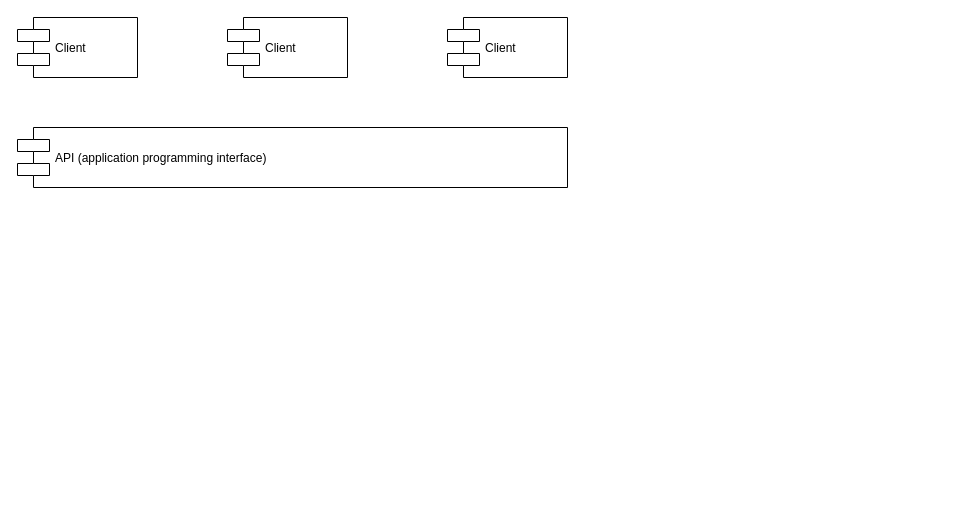
The draw.io diagram Untitled Diagram.drawio in TimothyDH/activitiinaction, before the edit. Source tidied: cells renumbered, new cells numbered last; positions are measured from the earlier drawing's top-left corner, leaving out a move shared by most shapes. Both pictures are drawn from the tidied source at 100%, with x=0, y=0 at pixel (17, 17).
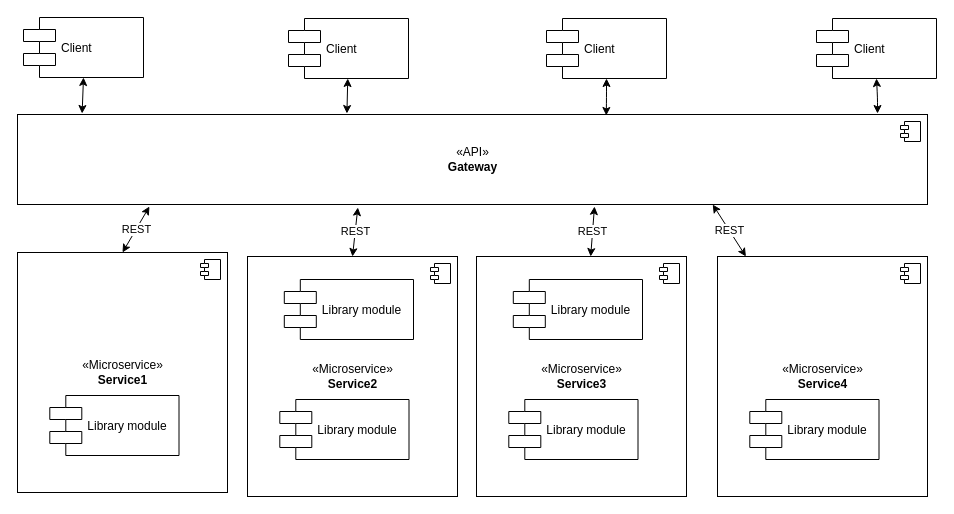
The same diagram, later.

The edit, as a diff of the source:
```diff
@@
     <mxCell id="2" value="Client" style="shape=component;align=left;spacingLeft=36;" parent="1" vertex="1">
-      <mxGeometry width="120" height="60" as="geometry" />
+      <mxGeometry x="6" width="120" height="60" as="geometry" />
     </mxCell>
     <mxCell id="3" value="Client" style="shape=component;align=left;spacingLeft=36;" parent="1" vertex="1">
-      <mxGeometry x="210" width="120" height="60" as="geometry" />
+      <mxGeometry x="271" y="1" width="120" height="60" as="geometry" />
     </mxCell>
     <mxCell id="4" value="Client" style="shape=component;align=left;spacingLeft=36;" parent="1" vertex="1">
-      <mxGeometry x="430" width="120" height="60" as="geometry" />
+      <mxGeometry x="529" y="1" width="120" height="60" as="geometry" />
     </mxCell>
-    <mxCell id="5" value="API (application programming interface)" style="shape=component;align=left;spacingLeft=36;" parent="1" vertex="1">
-      <mxGeometry y="110" width="550" height="60" as="geometry" />
-    </mxCell>
+    <mxCell id="6" value="«API»&lt;br&gt;&lt;b&gt;Gateway&lt;/b&gt;" style="html=1;" parent="1" vertex="1">
+      <mxGeometry y="97" width="910" height="90" as="geometry" />
+    </mxCell>
+    <mxCell id="7" style="shape=component;jettyWidth=8;jettyHeight=4;" parent="6" vertex="1">
+      <mxGeometry x="1" width="20" height="20" relative="1" as="geometry">
+        <mxPoint x="-27" y="7" as="offset" />
+      </mxGeometry>
+    </mxCell>
+    <mxCell id="8" value="«Microservice»&lt;br&gt;&lt;b&gt;Service1&lt;/b&gt;" style="html=1;" parent="1" vertex="1">
+      <mxGeometry y="235" width="210" height="240" as="geometry" />
+    </mxCell>
+    <mxCell id="9" style="shape=component;jettyWidth=8;jettyHeight=4;" parent="8" vertex="1">
+      <mxGeometry x="1" width="20" height="20" relative="1" as="geometry">
+        <mxPoint x="-27" y="7" as="offset" />
+      </mxGeometry>
+    </mxCell>
+    <mxCell id="10" value="Library module" style="shape=component;align=left;spacingLeft=36;" parent="8" vertex="1">
+      <mxGeometry x="32.3" y="143" width="129.2" height="60" as="geometry" />
+    </mxCell>
+    <mxCell id="11" value="«Microservice»&lt;br&gt;&lt;b&gt;Service2&lt;/b&gt;" style="html=1;" parent="1" vertex="1">
+      <mxGeometry x="230" y="239" width="210" height="240" as="geometry" />
+    </mxCell>
+    <mxCell id="12" style="shape=component;jettyWidth=8;jettyHeight=4;" parent="11" vertex="1">
+      <mxGeometry x="1" width="20" height="20" relative="1" as="geometry">
+        <mxPoint x="-27" y="7" as="offset" />
+      </mxGeometry>
+    </mxCell>
+    <mxCell id="13" value="Library module" style="shape=component;align=left;spacingLeft=36;" parent="11" vertex="1">
+      <mxGeometry x="32.3" y="143" width="129.2" height="60" as="geometry" />
+    </mxCell>
+    <mxCell id="14" value="Library module" style="shape=component;align=left;spacingLeft=36;" parent="11" vertex="1">
+      <mxGeometry x="36.8" y="23" width="129.2" height="60" as="geometry" />
+    </mxCell>
+    <mxCell id="15" value="«Microservice»&lt;br&gt;&lt;b&gt;Service3&lt;/b&gt;" style="html=1;" parent="1" vertex="1">
+      <mxGeometry x="459" y="239" width="210" height="240" as="geometry" />
+    </mxCell>
+    <mxCell id="16" style="shape=component;jettyWidth=8;jettyHeight=4;" parent="15" vertex="1">
+      <mxGeometry x="1" width="20" height="20" relative="1" as="geometry">
+        <mxPoint x="-27" y="7" as="offset" />
+      </mxGeometry>
+    </mxCell>
+    <mxCell id="17" value="Library module" style="shape=component;align=left;spacingLeft=36;" parent="15" vertex="1">
+      <mxGeometry x="32.3" y="143" width="129.2" height="60" as="geometry" />
+    </mxCell>
+    <mxCell id="18" value="Library module" style="shape=component;align=left;spacingLeft=36;" parent="15" vertex="1">
+      <mxGeometry x="36.8" y="23" width="129.2" height="60" as="geometry" />
+    </mxCell>
+    <mxCell id="19" value="Client" style="shape=component;align=left;spacingLeft=36;" parent="1" vertex="1">
+      <mxGeometry x="799" y="1" width="120" height="60" as="geometry" />
+    </mxCell>
+    <mxCell id="20" value="«Microservice»&lt;br&gt;&lt;b&gt;Service4&lt;/b&gt;" style="html=1;" parent="1" vertex="1">
+      <mxGeometry x="700" y="239" width="210" height="240" as="geometry" />
+    </mxCell>
+    <mxCell id="21" style="shape=component;jettyWidth=8;jettyHeight=4;" parent="20" vertex="1">
+      <mxGeometry x="1" width="20" height="20" relative="1" as="geometry">
+        <mxPoint x="-27" y="7" as="offset" />
+      </mxGeometry>
+    </mxCell>
+    <mxCell id="22" value="Library module" style="shape=component;align=left;spacingLeft=36;" parent="20" vertex="1">
+      <mxGeometry x="32.3" y="143" width="129.2" height="60" as="geometry" />
+    </mxCell>
+    <mxCell id="23" style="endArrow=classic;startArrow=classic;html=1;exitX=0.362;exitY=-0.011;exitDx=0;exitDy=0;exitPerimeter=0;" parent="1" edge="1" source="6" target="3">
+      <mxGeometry relative="1" as="geometry" />
+    </mxCell>
+    <mxCell id="24" style="endArrow=classic;startArrow=classic;html=1;entryX=0.5;entryY=1;entryDx=0;entryDy=0;exitX=0.647;exitY=0.011;exitDx=0;exitDy=0;exitPerimeter=0;" parent="1" edge="1" source="6" target="4">
+      <mxGeometry relative="1" as="geometry">
+        <Array as="points">
+          <mxPoint x="589" y="80" />
+        </Array>
+      </mxGeometry>
+    </mxCell>
+    <mxCell id="25" style="endArrow=classic;startArrow=classic;html=1;entryX=0.5;entryY=1;entryDx=0;entryDy=0;" parent="1" edge="1" target="19">
+      <mxGeometry relative="1" as="geometry">
+        <mxPoint x="860" y="96" as="sourcePoint" />
+        <Array as="points">
+          <mxPoint x="860" y="80" />
+        </Array>
+      </mxGeometry>
+    </mxCell>
+    <mxCell id="26" style="endArrow=classic;startArrow=classic;html=1;entryX=0.5;entryY=1;entryDx=0;entryDy=0;exitX=0.071;exitY=-0.011;exitDx=0;exitDy=0;exitPerimeter=0;" parent="1" edge="1" source="6" target="2">
+      <mxGeometry relative="1" as="geometry" />
+    </mxCell>
+    <mxCell id="27" value="REST" style="endArrow=classic;startArrow=classic;html=1;exitX=0.5;exitY=0;exitDx=0;exitDy=0;entryX=0.145;entryY=1.022;entryDx=0;entryDy=0;entryPerimeter=0;" parent="1" edge="1" source="8" target="6">
+      <mxGeometry relative="1" as="geometry" />
+    </mxCell>
+    <mxCell id="28" value="REST" style="endArrow=classic;startArrow=classic;html=1;exitX=0.5;exitY=0;exitDx=0;exitDy=0;entryX=0.374;entryY=1.033;entryDx=0;entryDy=0;entryPerimeter=0;" parent="1" edge="1" source="11" target="6">
+      <mxGeometry relative="1" as="geometry" />
+    </mxCell>
+    <mxCell id="29" value="REST" style="endArrow=classic;startArrow=classic;html=1;" parent="1" edge="1" source="15">
+      <mxGeometry relative="1" as="geometry">
+        <mxPoint x="577" y="189" as="targetPoint" />
+      </mxGeometry>
+    </mxCell>
+    <mxCell id="30" value="REST" style="endArrow=classic;startArrow=classic;html=1;entryX=0.764;entryY=1;entryDx=0;entryDy=0;entryPerimeter=0;" parent="1" edge="1" source="20" target="6">
+      <mxGeometry relative="1" as="geometry" />
+    </mxCell>
```
